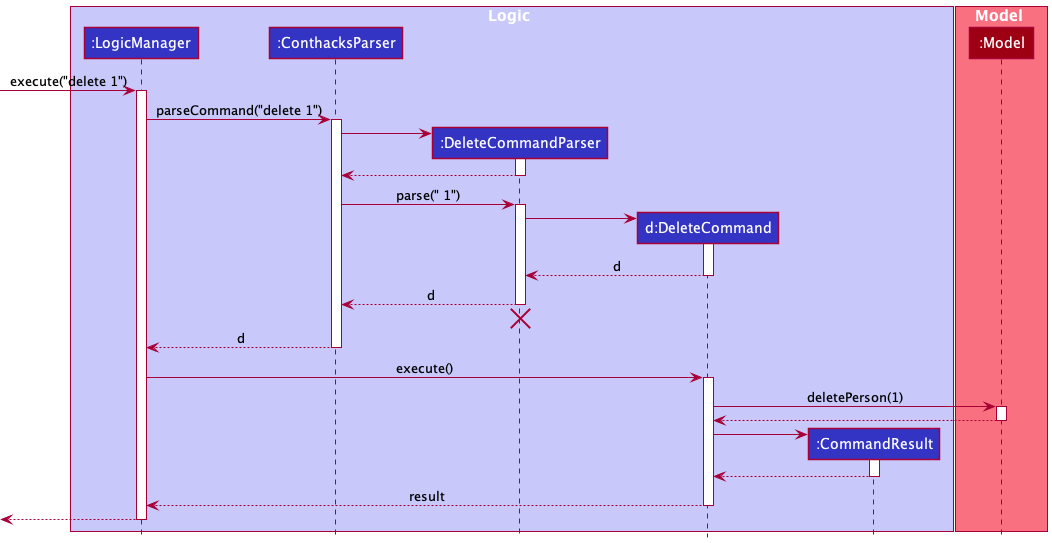
The PlantUML diagram docs/images/DeleteSequenceDiagram.png in nus-cs2103-AY2122S1/tp, before a commit. Its diagram source:
```plantuml
@startuml
!include style.puml

box Logic LOGIC_COLOR_T1
participant ":LogicManager" as LogicManager LOGIC_COLOR
participant ":ConthacksParser" as ConthacksParser LOGIC_COLOR
participant ":DeleteCommandParser" as DeleteCommandParser LOGIC_COLOR
participant "d:DeleteCommand" as DeleteCommand LOGIC_COLOR
participant ":CommandResult" as CommandResult LOGIC_COLOR
end box

box Model MODEL_COLOR_T1
participant ":Model" as Model MODEL_COLOR
end box

[-> LogicManager : execute("delete 1")
activate LogicManager

LogicManager -> ConthacksParser : parseCommand("delete 1")
activate ConthacksParser

create DeleteCommandParser
ConthacksParser -> DeleteCommandParser
activate DeleteCommandParser

DeleteCommandParser --> ConthacksParser
deactivate DeleteCommandParser

ConthacksParser -> DeleteCommandParser : parse(" 1")
activate DeleteCommandParser

create DeleteCommand
DeleteCommandParser -> DeleteCommand
activate DeleteCommand

DeleteCommand --> DeleteCommandParser : d
deactivate DeleteCommand

DeleteCommandParser --> ConthacksParser : d
deactivate DeleteCommandParser
DeleteCommandParser -[hidden]-> ConthacksParser
destroy DeleteCommandParser

ConthacksParser --> LogicManager : d
deactivate ConthacksParser

LogicManager -> DeleteCommand : execute()
activate DeleteCommand

DeleteCommand -> Model : deletePerson(1)
activate Model

Model --> DeleteCommand
deactivate Model

create CommandResult
DeleteCommand -> CommandResult
activate CommandResult

CommandResult --> DeleteCommand
deactivate CommandResult

DeleteCommand --> LogicManager : result
deactivate DeleteCommand

[<--LogicManager
deactivate LogicManager
@enduml
```
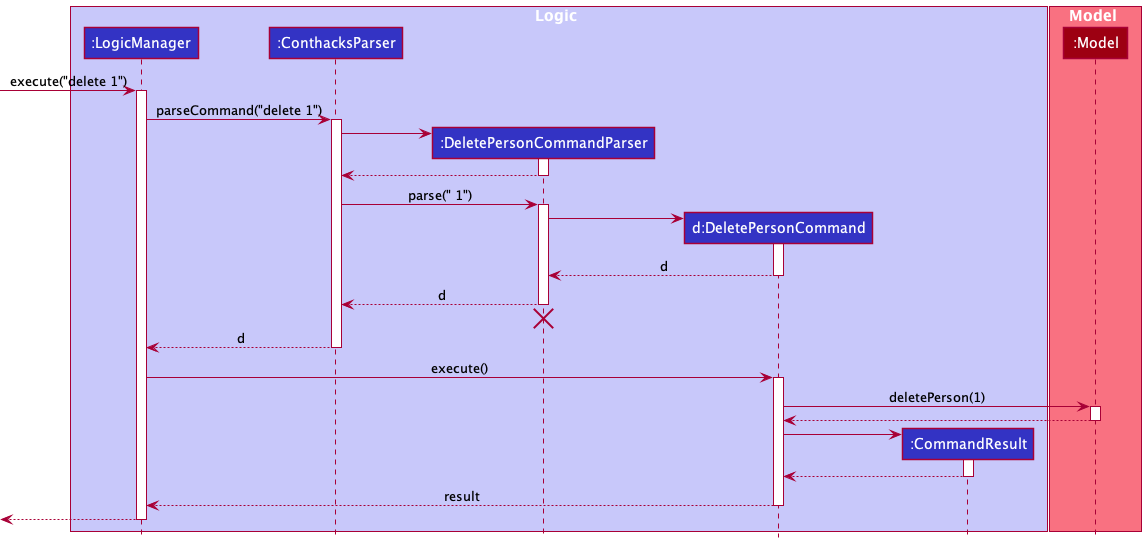
The same file after the commit.

What changed in the source:
```diff
@@ -4,8 +4,8 @@
 box Logic LOGIC_COLOR_T1
 participant ":LogicManager" as LogicManager LOGIC_COLOR
 participant ":ConthacksParser" as ConthacksParser LOGIC_COLOR
-participant ":DeleteCommandParser" as DeleteCommandParser LOGIC_COLOR
-participant "d:DeleteCommand" as DeleteCommand LOGIC_COLOR
+participant ":DeletePersonCommandParser" as DeletePersonCommandParser LOGIC_COLOR
+participant "d:DeletePersonCommand" as DeletePersonCommand LOGIC_COLOR
 participant ":CommandResult" as CommandResult LOGIC_COLOR
 end box
 
@@ -19,49 +19,49 @@
 LogicManager -> ConthacksParser : parseCommand("delete 1")
 activate ConthacksParser
 
-create DeleteCommandParser
-ConthacksParser -> DeleteCommandParser
-activate DeleteCommandParser
+create DeletePersonCommandParser
+ConthacksParser -> DeletePersonCommandParser
+activate DeletePersonCommandParser
 
-DeleteCommandParser --> ConthacksParser
-deactivate DeleteCommandParser
+DeletePersonCommandParser --> ConthacksParser
+deactivate DeletePersonCommandParser
 
-ConthacksParser -> DeleteCommandParser : parse(" 1")
-activate DeleteCommandParser
+ConthacksParser -> DeletePersonCommandParser : parse(" 1")
+activate DeletePersonCommandParser
 
-create DeleteCommand
-DeleteCommandParser -> DeleteCommand
-activate DeleteCommand
+create DeletePersonCommand
+DeletePersonCommandParser -> DeletePersonCommand
+activate DeletePersonCommand
 
-DeleteCommand --> DeleteCommandParser : d
-deactivate DeleteCommand
+DeletePersonCommand --> DeletePersonCommandParser : d
+deactivate DeletePersonCommand
 
-DeleteCommandParser --> ConthacksParser : d
-deactivate DeleteCommandParser
-DeleteCommandParser -[hidden]-> ConthacksParser
-destroy DeleteCommandParser
+DeletePersonCommandParser --> ConthacksParser : d
+deactivate DeletePersonCommandParser
+DeletePersonCommandParser -[hidden]-> ConthacksParser
+destroy DeletePersonCommandParser
 
 ConthacksParser --> LogicManager : d
 deactivate ConthacksParser
 
-LogicManager -> DeleteCommand : execute()
-activate DeleteCommand
+LogicManager -> DeletePersonCommand : execute()
+activate DeletePersonCommand
 
-DeleteCommand -> Model : deletePerson(1)
+DeletePersonCommand -> Model : deletePerson(1)
 activate Model
 
-Model --> DeleteCommand
+Model --> DeletePersonCommand
 deactivate Model
 
 create CommandResult
-DeleteCommand -> CommandResult
+DeletePersonCommand -> CommandResult
 activate CommandResult
 
-CommandResult --> DeleteCommand
+CommandResult --> DeletePersonCommand
 deactivate CommandResult
 
-DeleteCommand --> LogicManager : result
-deactivate DeleteCommand
+DeletePersonCommand --> LogicManager : result
+deactivate DeletePersonCommand
 
 [<--LogicManager
 deactivate LogicManager
```
